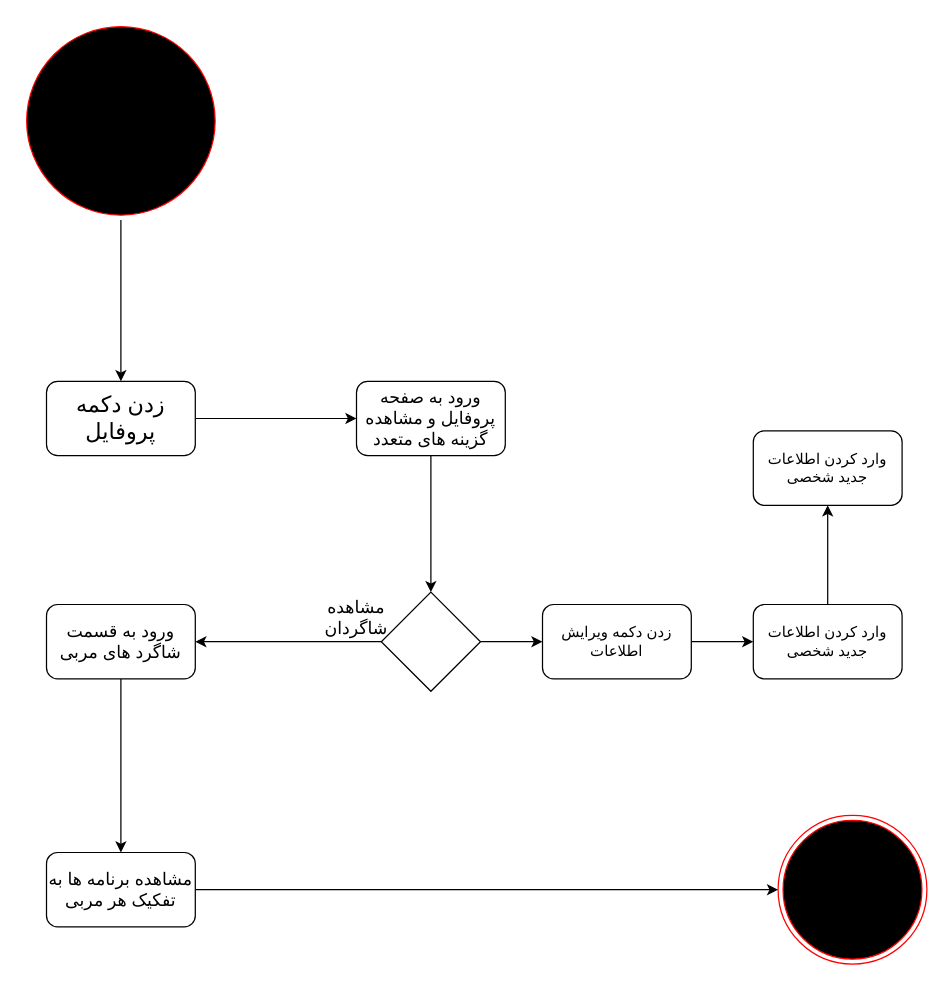
Above: Activity Diagram/instructor profile.drawio in mmohajer9/sama-online-coaching-system (draw.io), before the change. Source tidied: cells renumbered, new cells numbered last; positions are measured from the earlier drawing's top-left corner, leaving out a move shared by most shapes. Both pictures are drawn from the tidied source at 124%, with x=0, y=0 at pixel (21, 21).
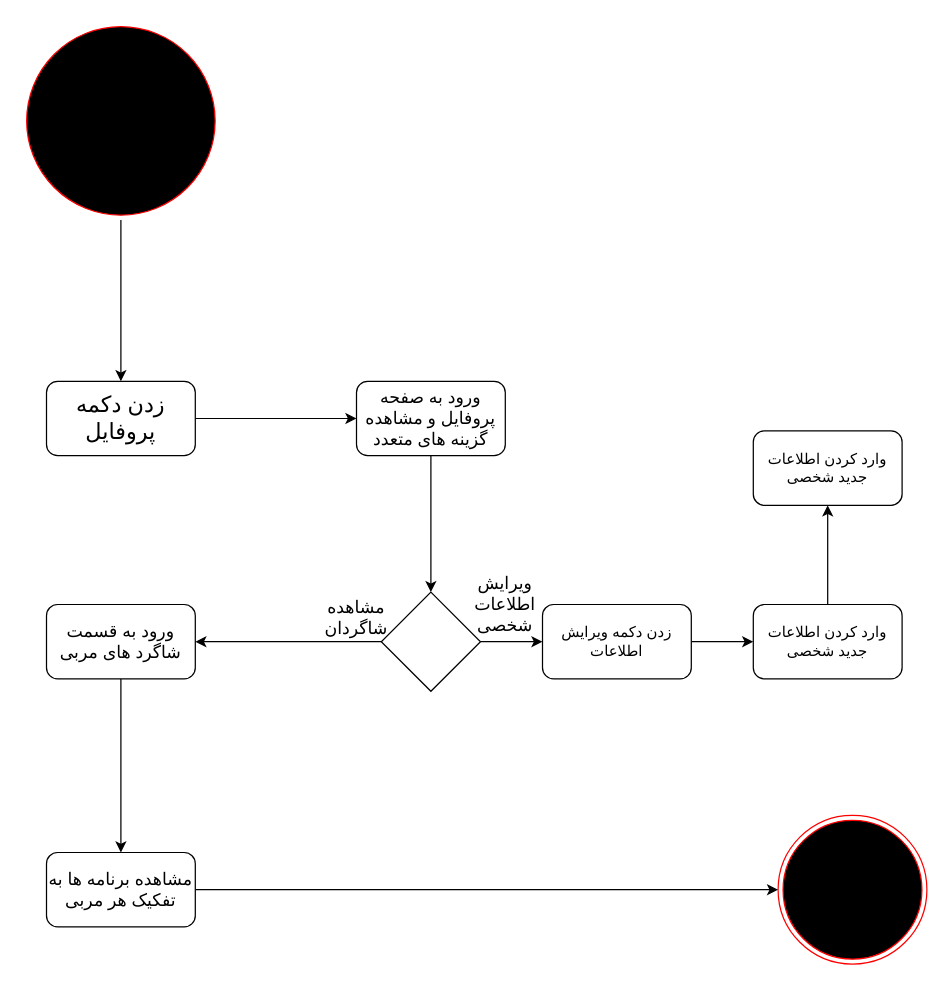
After the change.

The edit, as a diff of the source:
```diff
@@
+    <mxCell id="22" value="&lt;span style=&quot;font-size: 14px&quot;&gt;ویرایش اطلاعات شخصی&lt;/span&gt;" style="text;html=1;strokeColor=none;fillColor=none;align=center;verticalAlign=middle;whiteSpace=wrap;rounded=0;" parent="1" vertex="1">
+      <mxGeometry x="370" y="460" width="40" height="20" as="geometry" />
+    </mxCell>
```
